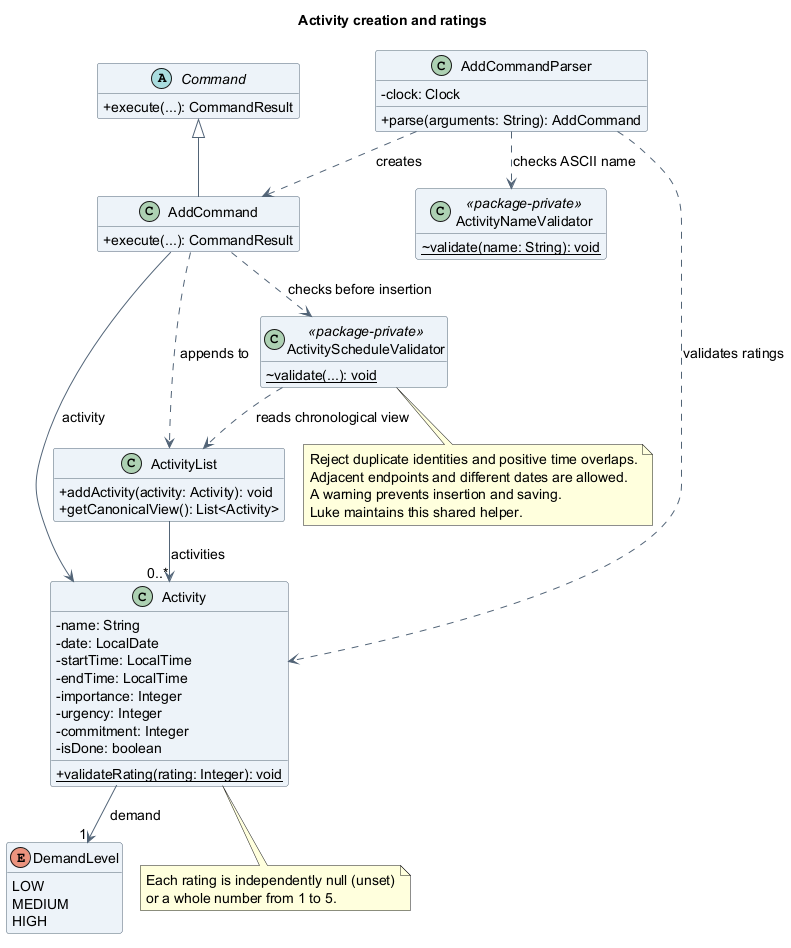
The PlantUML diagram docs/images/atharva/class/ActivityCreationClassDiagram.png in AY2627S1-CS2113-T10-4/tp, before a commit. The source it was exported from:
```plantuml
@startuml
!pragma layout smetana
title Activity creation and ratings
skinparam backgroundColor white
skinparam shadowing false
skinparam defaultFontName SansSerif
skinparam defaultFontSize 14
skinparam classAttributeIconSize 0
skinparam classBackgroundColor #EDF3F8
skinparam classBorderColor #526477
skinparam ArrowColor #526477
hide empty members

abstract class Command {
  +execute(...): CommandResult
}
class AddCommandParser {
  -clock: Clock
  +parse(arguments: String): AddCommand
}
class AddCommand {
  +execute(...): CommandResult
}
class ActivityNameValidator <<package-private>> {
  {static} ~validate(name: String): void
}
class ActivityScheduleValidator <<package-private>> {
  {static} ~validate(...): void
}
class ActivityList {
  +addActivity(activity: Activity): void
  +getCanonicalView(): List<Activity>
}
class Activity {
  -name: String
  -date: LocalDate
  -startTime: LocalTime
  -endTime: LocalTime
  -importance: Integer
  -urgency: Integer
  -commitment: Integer
  -isDone: boolean
  {static} +validateRating(rating: Integer): void
}
enum DemandLevel {
  LOW
  MEDIUM
  HIGH
}

Command <|-- AddCommand
AddCommandParser ..> AddCommand : creates
AddCommandParser ..> Activity : validates ratings
AddCommandParser ..> ActivityNameValidator : checks ASCII name
AddCommand ..> ActivityScheduleValidator : checks before insertion
ActivityScheduleValidator ..> ActivityList : reads chronological view
AddCommand --> Activity : activity
AddCommand ..> ActivityList : appends to
ActivityList --> "0..*" Activity : activities
Activity --> "1" DemandLevel : demand

note bottom of Activity
  Each rating is independently null (unset)
  or a whole number from 1 to 5.
end note
note bottom of ActivityScheduleValidator
  Reject duplicate identities and positive time overlaps.
  Adjacent endpoints and different dates are allowed.
  A warning prevents insertion and saving.
  Luke maintains this shared helper.
end note
@enduml
```
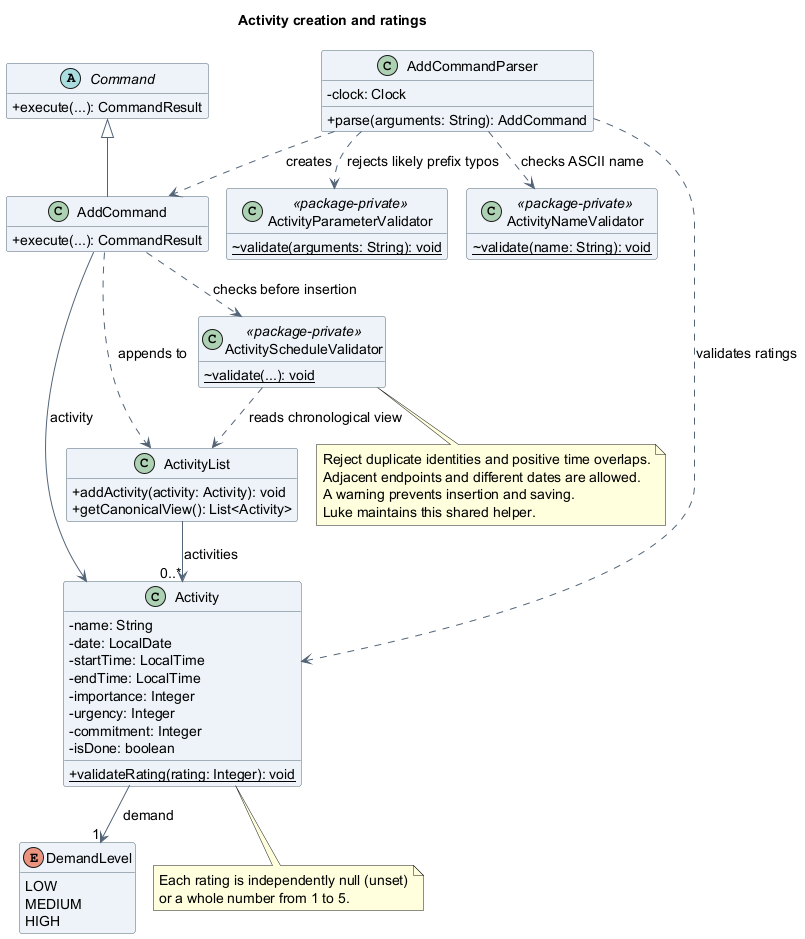
The same diagram one commit later.

The edit, as a diff of the source:
```diff
@@ -20,6 +20,9 @@
 }
 class AddCommand {
   +execute(...): CommandResult
+}
+class ActivityParameterValidator <<package-private>> {
+  {static} ~validate(arguments: String): void
 }
 class ActivityNameValidator <<package-private>> {
   {static} ~validate(name: String): void
@@ -52,6 +55,7 @@
 AddCommandParser ..> AddCommand : creates
 AddCommandParser ..> Activity : validates ratings
 AddCommandParser ..> ActivityNameValidator : checks ASCII name
+AddCommandParser ..> ActivityParameterValidator : rejects likely prefix typos
 AddCommand ..> ActivityScheduleValidator : checks before insertion
 ActivityScheduleValidator ..> ActivityList : reads chronological view
 AddCommand --> Activity : activity
```
